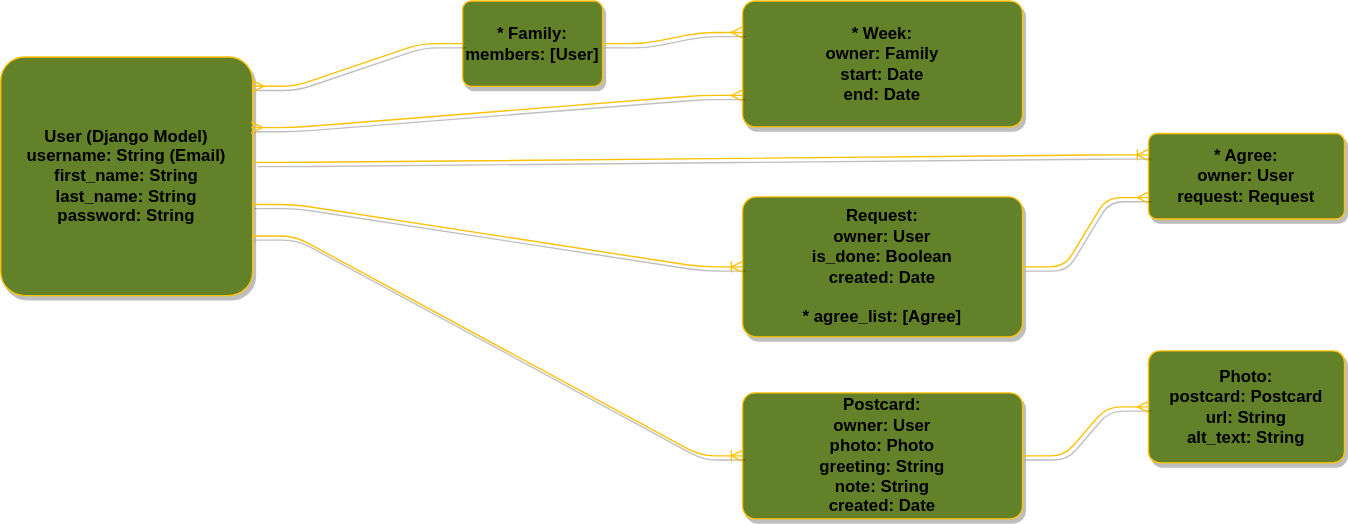
Above: erd.svg in benhammondmusic/littlecabin (draw.io), before the change. Source tidied: cells renumbered, new cells last; positions are measured from the earlier drawing's top-left corner, leaving out a move shared by most shapes.
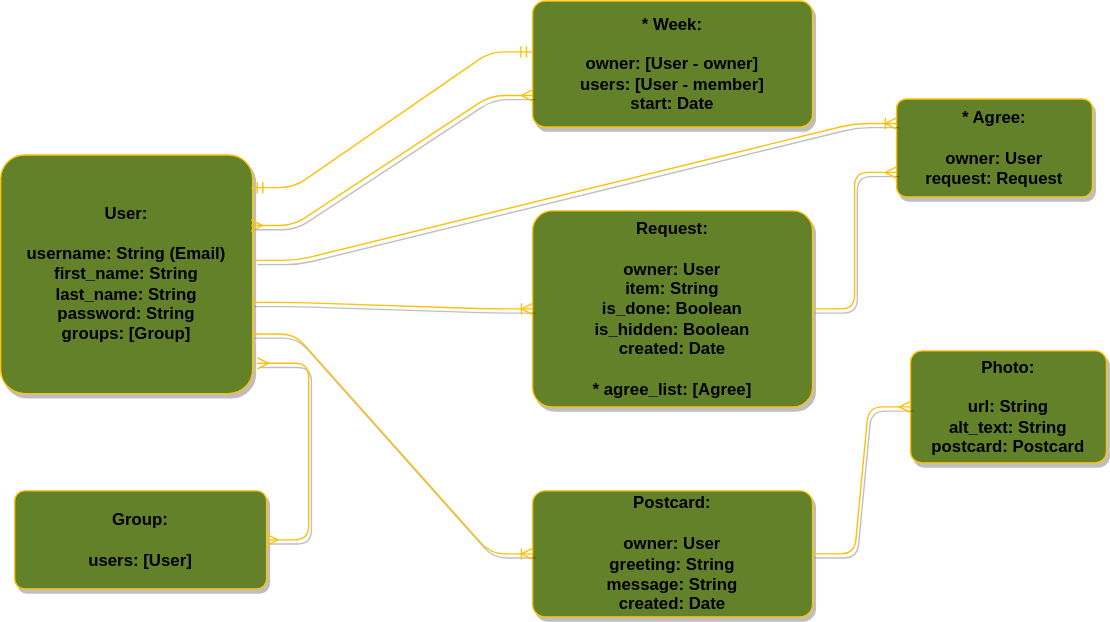
Above is the later version.

Diff of the diagram source:
```diff
@@ -2,17 +2,17 @@
   <root>
     <mxCell id="0" />
     <mxCell id="1" parent="0" />
-    <mxCell id="2" value="&lt;b&gt;User (Django Model)&lt;br&gt;username: String (Email)&lt;br&gt;first_name: String&lt;br&gt;last_name: String&lt;br&gt;password: String&lt;/b&gt;" style="rounded=1;arcSize=10;whiteSpace=wrap;html=1;align=center;fillColor=#638129;strokeColor=#ffc107;shadow=1;" parent="1" vertex="1">
-      <mxGeometry y="40" width="180" height="170.5" as="geometry" />
+    <mxCell id="2" value="&lt;b&gt;User:&lt;br&gt;&lt;br&gt;username: String (Email)&lt;br&gt;first_name: String&lt;br&gt;last_name: String&lt;br&gt;password: String&lt;br&gt;groups: [Group]&lt;br&gt;&lt;/b&gt;" style="rounded=1;arcSize=10;whiteSpace=wrap;html=1;align=center;fillColor=#638129;strokeColor=#ffc107;shadow=1;" parent="1" vertex="1">
+      <mxGeometry x="150" y="120" width="180" height="170.5" as="geometry" />
     </mxCell>
-    <mxCell id="3" value="&lt;b&gt;* Week:&lt;br&gt;owner: Family&amp;nbsp;&lt;br&gt;start: Date&lt;br&gt;end: Date&lt;/b&gt;" style="rounded=1;arcSize=10;whiteSpace=wrap;html=1;align=center;fillColor=#638129;strokeColor=#ffc107;shadow=1;" parent="1" vertex="1">
-      <mxGeometry x="530" width="200" height="90" as="geometry" />
+    <mxCell id="3" value="&lt;b&gt;* Week:&lt;br&gt;&lt;br&gt;owner: [User - owner]&lt;br&gt;users: [User - member]&amp;nbsp;&lt;br&gt;start: Date&lt;br&gt;&lt;/b&gt;" style="rounded=1;arcSize=10;whiteSpace=wrap;html=1;align=center;fillColor=#638129;strokeColor=#ffc107;shadow=1;" parent="1" vertex="1">
+      <mxGeometry x="530" y="10" width="200" height="90" as="geometry" />
     </mxCell>
-    <mxCell id="4" value="&lt;b&gt;Postcard:&lt;br&gt;owner: User&lt;br&gt;photo: Photo&lt;br&gt;greeting: String&lt;br&gt;note: String&lt;br&gt;created: Date&lt;/b&gt;" style="rounded=1;arcSize=10;whiteSpace=wrap;html=1;align=center;fillColor=#638129;strokeColor=#ffc107;shadow=1;" parent="1" vertex="1">
-      <mxGeometry x="530" y="280" width="200" height="90" as="geometry" />
+    <mxCell id="4" value="&lt;b&gt;Postcard:&lt;br&gt;&lt;br&gt;owner: User&lt;br&gt;greeting: String&lt;br&gt;message: String&lt;br&gt;created: Date&lt;/b&gt;" style="rounded=1;arcSize=10;whiteSpace=wrap;html=1;align=center;fillColor=#638129;strokeColor=#ffc107;shadow=1;" parent="1" vertex="1">
+      <mxGeometry x="530" y="360" width="200" height="90" as="geometry" />
     </mxCell>
-    <mxCell id="5" value="&lt;b&gt;Request:&lt;br&gt;owner: User&lt;br&gt;is_done: Boolean&lt;br&gt;created: Date&lt;br&gt;&lt;br&gt;* agree_list: [Agree]&lt;/b&gt;" style="rounded=1;arcSize=10;whiteSpace=wrap;html=1;align=center;fillColor=#638129;strokeColor=#ffc107;shadow=1;" parent="1" vertex="1">
-      <mxGeometry x="530" y="140" width="200" height="100" as="geometry" />
+    <mxCell id="5" value="&lt;b&gt;Request:&lt;br&gt;&lt;br&gt;owner: User&lt;br&gt;item: String&lt;br&gt;is_done: Boolean&lt;br&gt;is_hidden: Boolean&lt;br&gt;created: Date&lt;br&gt;&lt;br&gt;* agree_list: [Agree]&lt;/b&gt;" style="rounded=1;arcSize=10;whiteSpace=wrap;html=1;align=center;fillColor=#638129;strokeColor=#ffc107;shadow=1;" parent="1" vertex="1">
+      <mxGeometry x="530" y="160" width="200" height="140" as="geometry" />
     </mxCell>
     <mxCell id="6" style="edgeStyle=entityRelationEdgeStyle;fontSize=12;html=1;endArrow=ERoneToMany;exitX=0.997;exitY=0.618;exitDx=0;exitDy=0;entryX=0;entryY=0.5;entryDx=0;entryDy=0;fillColor=#638129;exitPerimeter=0;strokeColor=#ffc107;shadow=1;" parent="1" edge="1" source="2" target="5">
       <mxGeometry relative="1" as="geometry" />
@@ -23,23 +23,14 @@
     <mxCell id="8" style="edgeStyle=entityRelationEdgeStyle;fontSize=12;html=1;endArrow=ERmany;startArrow=ERmany;entryX=0;entryY=0.75;entryDx=0;entryDy=0;exitX=0.994;exitY=0.296;exitDx=0;exitDy=0;fillColor=#638129;exitPerimeter=0;strokeColor=#ffc107;shadow=1;" parent="1" edge="1" source="2" target="3">
       <mxGeometry relative="1" as="geometry" />
     </mxCell>
-    <mxCell id="9" value="&lt;b&gt;* Agree:&lt;br&gt;owner: User&lt;br&gt;request: Request&lt;/b&gt;" style="rounded=1;arcSize=10;whiteSpace=wrap;html=1;align=center;fillColor=#638129;strokeColor=#ffc107;shadow=1;" parent="1" vertex="1">
-      <mxGeometry x="820" y="94.8" width="140" height="61" as="geometry" />
+    <mxCell id="9" value="&lt;b&gt;* Agree:&lt;br&gt;&lt;br&gt;owner: User&lt;br&gt;request: Request&lt;/b&gt;" style="rounded=1;arcSize=10;whiteSpace=wrap;html=1;align=center;fillColor=#638129;strokeColor=#ffc107;shadow=1;" parent="1" vertex="1">
+      <mxGeometry x="790" y="80" width="140" height="70" as="geometry" />
     </mxCell>
     <mxCell id="10" style="edgeStyle=entityRelationEdgeStyle;fontSize=12;html=1;endArrow=ERmany;entryX=0;entryY=0.75;entryDx=0;entryDy=0;exitX=1;exitY=0.5;exitDx=0;exitDy=0;fillColor=#638129;strokeColor=#ffc107;shadow=1;" parent="1" edge="1" source="5" target="9">
       <mxGeometry relative="1" as="geometry" />
     </mxCell>
-    <mxCell id="11" value="&lt;b&gt;* Family:&lt;br&gt;members: [User]&lt;/b&gt;" style="rounded=1;arcSize=10;whiteSpace=wrap;html=1;align=center;fillColor=#638129;strokeColor=#ffc107;shadow=1;" parent="1" vertex="1">
-      <mxGeometry x="330" width="100" height="61" as="geometry" />
-    </mxCell>
-    <mxCell id="12" style="edgeStyle=entityRelationEdgeStyle;fontSize=12;html=1;endArrow=ERmany;exitX=0;exitY=0.5;exitDx=0;exitDy=0;entryX=1;entryY=0.123;entryDx=0;entryDy=0;fillColor=#638129;entryPerimeter=0;strokeColor=#ffc107;shadow=1;" parent="1" edge="1" source="11" target="2">
-      <mxGeometry relative="1" as="geometry" />
-    </mxCell>
-    <mxCell id="13" style="edgeStyle=entityRelationEdgeStyle;fontSize=12;html=1;endArrow=ERmany;exitX=1;exitY=0.5;exitDx=0;exitDy=0;entryX=0;entryY=0.25;entryDx=0;entryDy=0;fillColor=#638129;strokeColor=#ffc107;shadow=1;" parent="1" edge="1" source="11" target="3">
-      <mxGeometry relative="1" as="geometry" />
-    </mxCell>
-    <mxCell id="14" value="&lt;b&gt;Photo:&lt;br&gt;postcard: Postcard&lt;br&gt;url: String&lt;br&gt;alt_text: String&lt;/b&gt;" style="rounded=1;arcSize=10;whiteSpace=wrap;html=1;align=center;fillColor=#638129;strokeColor=#ffc107;shadow=1;" parent="1" vertex="1">
-      <mxGeometry x="820" y="250" width="140" height="80" as="geometry" />
+    <mxCell id="14" value="&lt;b&gt;Photo:&lt;br&gt;&lt;br&gt;url: String&lt;br&gt;alt_text: String&lt;br&gt;&lt;/b&gt;&lt;b&gt;postcard: Postcard&lt;/b&gt;&lt;b&gt;&lt;br&gt;&lt;/b&gt;" style="rounded=1;arcSize=10;whiteSpace=wrap;html=1;align=center;fillColor=#638129;strokeColor=#ffc107;shadow=1;" parent="1" vertex="1">
+      <mxGeometry x="800" y="260" width="140" height="80" as="geometry" />
     </mxCell>
     <mxCell id="15" style="edgeStyle=entityRelationEdgeStyle;fontSize=12;html=1;endArrow=ERoneToMany;exitX=1.008;exitY=0.442;exitDx=0;exitDy=0;exitPerimeter=0;entryX=0;entryY=0.25;entryDx=0;entryDy=0;fillColor=#638129;strokeColor=#ffc107;shadow=1;" parent="1" edge="1" source="2" target="9">
       <mxGeometry relative="1" as="geometry" />
@@ -47,5 +38,14 @@
     <mxCell id="16" style="edgeStyle=entityRelationEdgeStyle;fontSize=12;html=1;endArrow=ERmany;entryX=0;entryY=0.5;entryDx=0;entryDy=0;fillColor=#638129;strokeColor=#ffc107;shadow=1;exitX=1;exitY=0.5;exitDx=0;exitDy=0;" parent="1" edge="1" source="4" target="14">
       <mxGeometry relative="1" as="geometry" />
     </mxCell>
+    <mxCell id="17" style="edgeStyle=entityRelationEdgeStyle;fontSize=12;html=1;endArrow=ERmandOne;startArrow=ERmandOne;entryX=-0.002;entryY=0.404;entryDx=0;entryDy=0;entryPerimeter=0;exitX=0.996;exitY=0.137;exitDx=0;exitDy=0;strokeColor=#FFC107;exitPerimeter=0;" parent="1" edge="1" source="2" target="3">
+      <mxGeometry relative="1" as="geometry" />
+    </mxCell>
+    <mxCell id="18" value="&lt;b&gt;Group:&lt;br&gt;&lt;br&gt;users: [User]&lt;br&gt;&lt;/b&gt;" style="rounded=1;arcSize=10;whiteSpace=wrap;html=1;align=center;fillColor=#638129;strokeColor=#ffc107;shadow=1;" parent="1" vertex="1">
+      <mxGeometry x="160" y="360" width="180" height="70" as="geometry" />
+    </mxCell>
+    <mxCell id="19" style="edgeStyle=entityRelationEdgeStyle;fontSize=12;html=1;endArrow=ERmany;startArrow=ERmany;exitX=1.018;exitY=0.873;exitDx=0;exitDy=0;fillColor=#638129;exitPerimeter=0;strokeColor=#ffc107;shadow=1;" parent="1" edge="1" source="2" target="18">
+      <mxGeometry relative="1" as="geometry" />
+    </mxCell>
   </root>
 </mxGraphModel>
```
